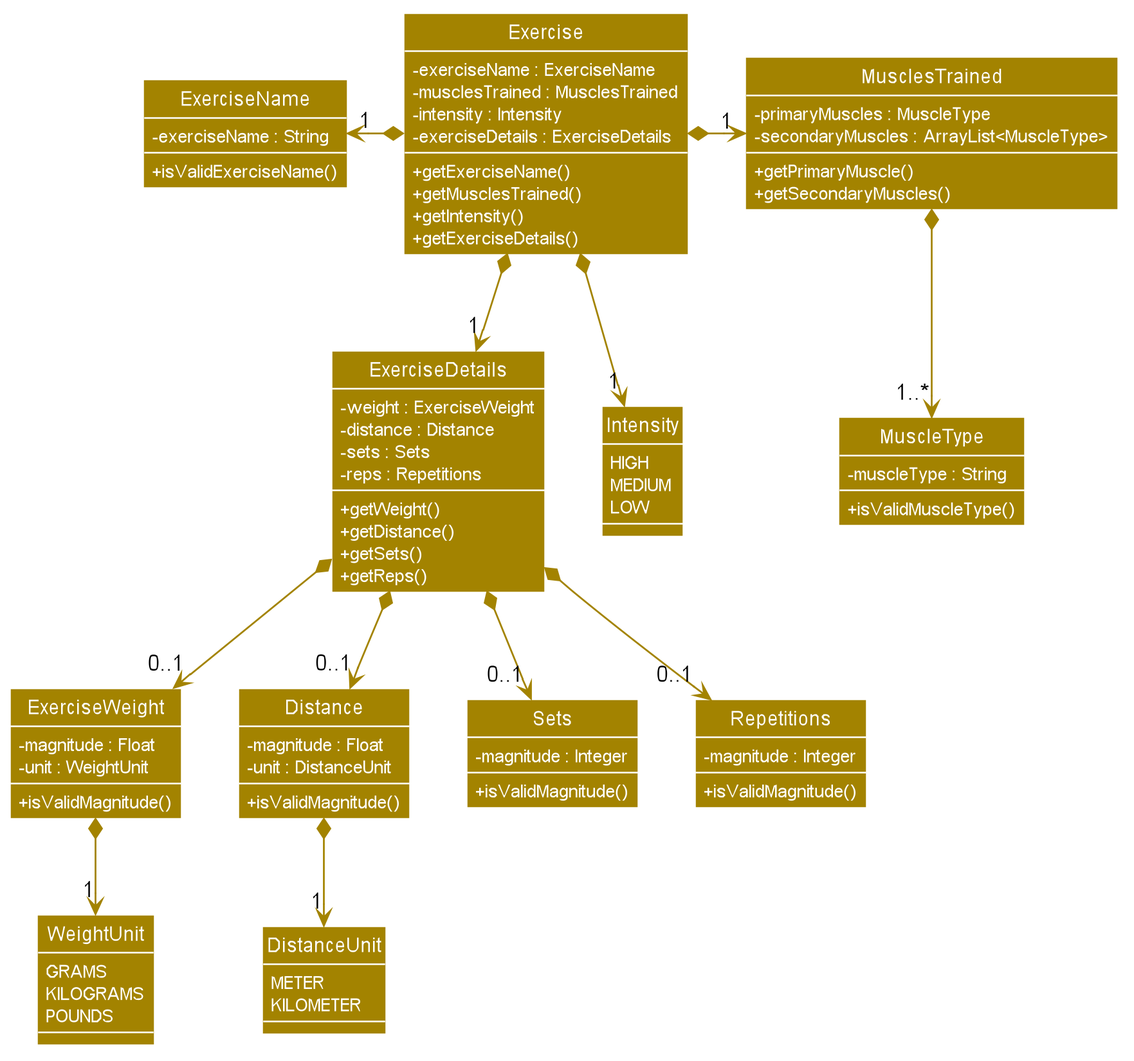
Earlier version of the PlantUML export docs/images/ExerciseClassDiagram.png (nus-cs2103-AY1920S1/addressbook-level3).
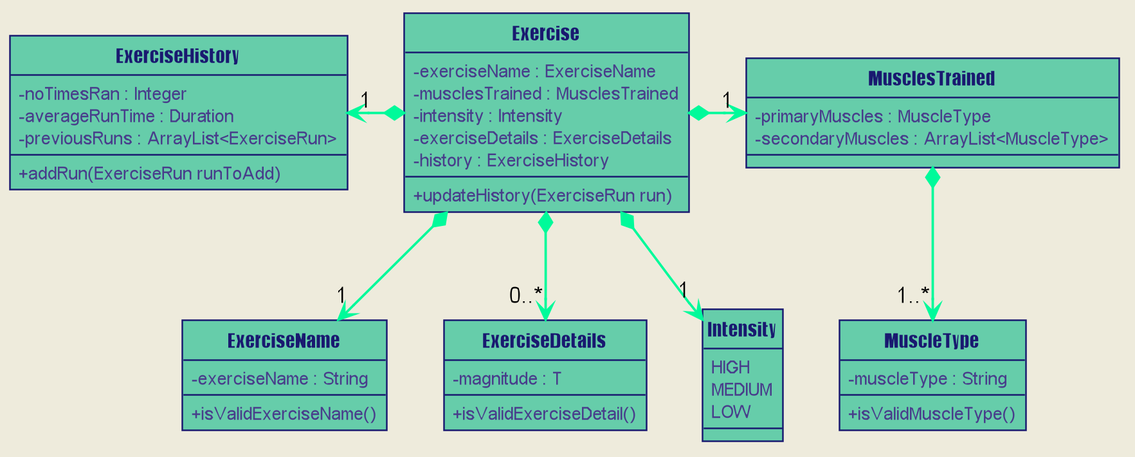
Above is the later version.

Diff of the diagram source:
```diff
@@ -47,22 +47,28 @@
 hide footbox
 hide members
 hide circle
-skinparam arrowThickness 1.1
-skinparam arrowColor #A38300
-skinparam classBackgroundColor #A38300
+skinparam backgroundColor #EEEBDC
+skinparam arrowThickness 1.5
+skinparam arrowColor MediumSpringGreen
+skinparam classBackgroundColor MediumAquaMarine
 skinparam classAttributeIconSize 0
-skinparam classAttributeFontColor #FFFFFF
+skinparam classAttributeFontColor DarkSlateBlue
 
+skinparam Class {
+    FontColor MidnightBlue
+    BorderThickness 1
+    BorderColor MidnightBlue
+    StereotypeFontColor #FFFFFF
+    FontName Impact
+}
 
 Class Exercise {
  - exerciseName : ExerciseName
  - musclesTrained : MusclesTrained
  - intensity : Intensity
  - exerciseDetails : ExerciseDetails
- + getExerciseName()
- + getMusclesTrained()
- + getIntensity()
- + getExerciseDetails()
+ - history : ExerciseHistory
+ + updateHistory(ExerciseRun run)
 }
 
 Class ExerciseName {
@@ -73,8 +79,6 @@
 Class MusclesTrained {
  - primaryMuscles : MuscleType
  - secondaryMuscles : ArrayList<MuscleType>
- + getPrimaryMuscle()
- + getSecondaryMuscles()
 }
 
 Class MuscleType {
@@ -83,15 +87,17 @@
 }
 
 Class ExerciseDetails {
- - weight : ExerciseWeight
- - distance : Distance
- - sets : Sets
- - reps : Repetitions
- + getWeight()
- + getDistance()
- + getSets()
- + getReps()
+ - magnitude : T
+ + isValidExerciseDetail()
 }
+
+Class ExerciseHistory {
+ - noTimesRan : Integer
+ - averageRunTime : Duration
+ - previousRuns : ArrayList<ExerciseRun>
+ + addRun(ExerciseRun runToAdd)
+}
+
 
 Enum Intensity {
  HIGH
@@ -99,59 +105,14 @@
  LOW
 }
 
-Class ExerciseWeight{
- - magnitude : Float
- - unit : WeightUnit
- + isValidMagnitude()
-}
 
-Enum WeightUnit{
- GRAMS
- KILOGRAMS
- POUNDS
-}
-
-Class Distance {
- - magnitude : Float
- - unit : DistanceUnit
- + isValidMagnitude()
-}
-
-Enum DistanceUnit{
- METER
- KILOMETER
-}
-
-Class Sets {
- - magnitude : Integer
- + isValidMagnitude()
-}
-
-Class Repetitions {
- - magnitude : Integer
- + isValidMagnitude()
-}
-
-
-
-
-
-
-Exercise *-left-> "1" ExerciseName
+Exercise *-down-> "1" ExerciseName
 Exercise *-right-> "1" MusclesTrained
+Exercise *-left-> "1" ExerciseHistory
 Exercise *-down-> "1" Intensity
-Exercise *-down-> "1" ExerciseDetails
+Exercise *-down-> "0..*" ExerciseDetails
 
 MusclesTrained *-down-> "1..*" MuscleType
 
-ExerciseDetails *-down-> "0..1" ExerciseWeight
-ExerciseDetails *-down-> "0..1" Distance
-ExerciseDetails *-down-> "0..1" Sets
-ExerciseDetails *-down-> "0..1" Repetitions
-
-ExerciseWeight *-down-> "1" WeightUnit
-Distance *-down-> "1" DistanceUnit
-
-
 show members
 @enduml
```
